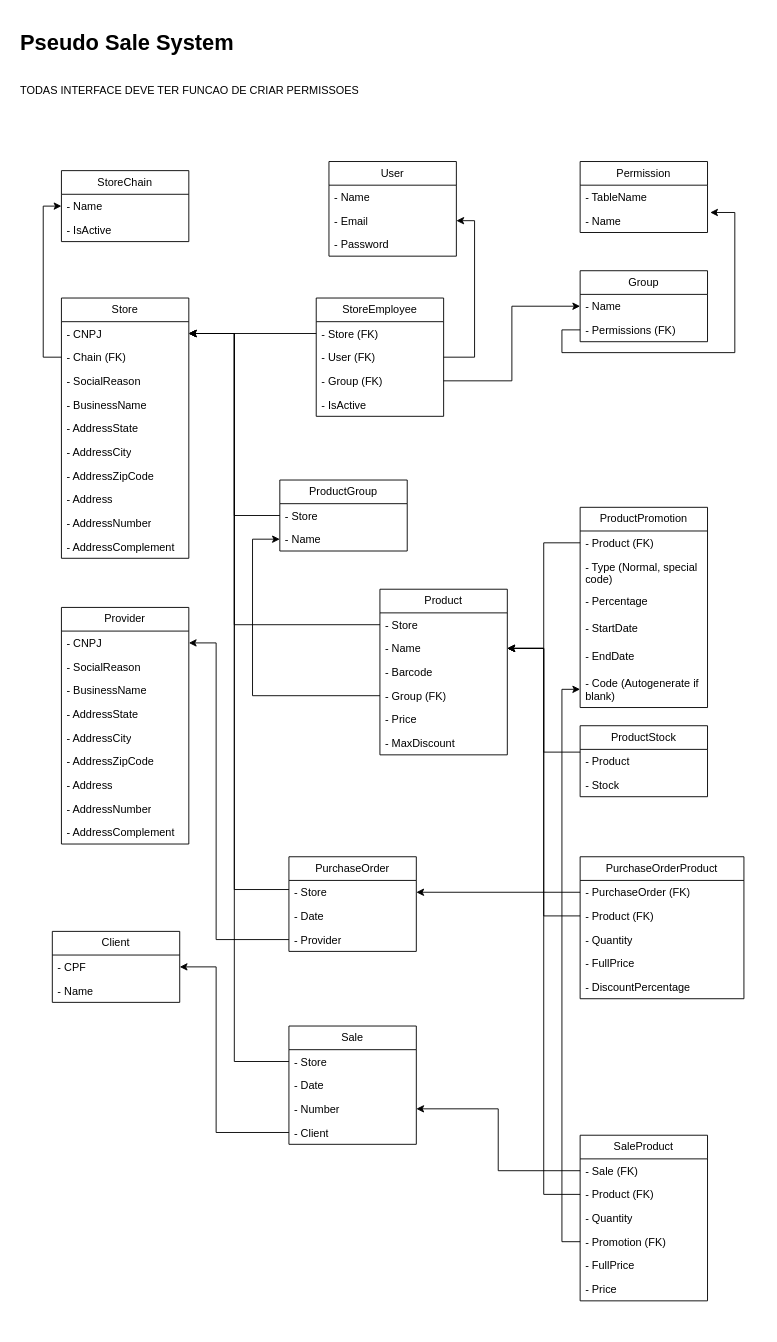
Earlier version of the draw.io diagram Diagrama de interfaces.drawio (caiofaria2308/simpleSS-back). Source tidied: cells renumbered, new cells numbered last; positions are measured from the earlier drawing's top-left corner, leaving out a move shared by most shapes. Both pictures are drawn from the tidied source at 91%, with x=0, y=0 at pixel (15, 25).
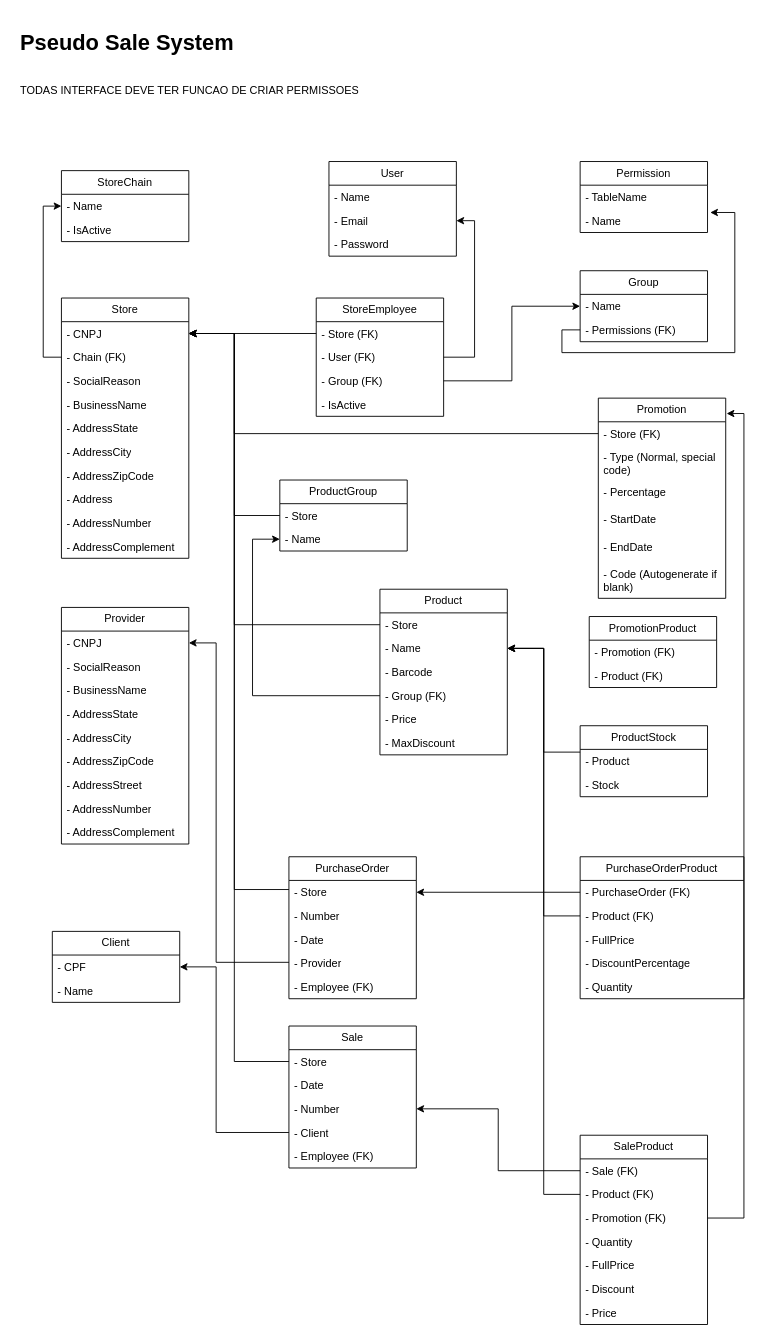
The same page after the edit.

The change refers to these unchanged cells:
```xml
<mxCell id="8" value="- CNPJ" style="text;strokeColor=none;fillColor=none;align=left;verticalAlign=top;spacingLeft=4;spacingRight=4;overflow=hidden;points=[[0,0.5],[1,0.5]];portConstraint=eastwest;whiteSpace=wrap;html=1;" parent="7" vertex="1">
  <mxGeometry y="26" width="140" height="26" as="geometry" />
</mxCell>
<mxCell id="27" value="- Name" style="text;strokeColor=none;fillColor=none;align=left;verticalAlign=top;spacingLeft=4;spacingRight=4;overflow=hidden;points=[[0,0.5],[1,0.5]];portConstraint=eastwest;whiteSpace=wrap;html=1;" parent="25" vertex="1">
  <mxGeometry y="52" width="140" height="26" as="geometry" />
</mxCell>
<mxCell id="58" value="Provider" style="swimlane;fontStyle=0;horizontal=1;startSize=26;fillColor=none;whiteSpace=wrap;html=1;" parent="1" vertex="1">
  <mxGeometry x="50" y="640" width="140" height="260" as="geometry" />
</mxCell>
<mxCell id="59" value="- CNPJ" style="text;strokeColor=none;fillColor=none;align=left;verticalAlign=top;spacingLeft=4;spacingRight=4;overflow=hidden;points=[[0,0.5],[1,0.5]];portConstraint=eastwest;whiteSpace=wrap;html=1;" parent="58" vertex="1">
  <mxGeometry y="26" width="140" height="26" as="geometry" />
</mxCell>
<mxCell id="68" value="PurchaseOrderProduct" style="swimlane;fontStyle=0;horizontal=1;startSize=26;fillColor=none;whiteSpace=wrap;html=1;" parent="1" vertex="1">
  <mxGeometry x="620" y="914" width="180" height="156" as="geometry" />
</mxCell>
<mxCell id="83" value="- Code (Autogenerate if blank)" style="text;strokeColor=none;fillColor=none;align=left;verticalAlign=top;spacingLeft=4;spacingRight=4;overflow=hidden;points=[[0,0.5],[1,0.5]];portConstraint=eastwest;whiteSpace=wrap;html=1;" parent="77" vertex="1">
  <mxGeometry y="180" width="140" height="40" as="geometry" />
</mxCell>
```

What changed in the source:
```diff
@@
     <mxCell id="54" value="PurchaseOrder" style="swimlane;fontStyle=0;horizontal=1;startSize=26;fillColor=none;whiteSpace=wrap;html=1;" parent="1" vertex="1">
-      <mxGeometry x="300" y="914" width="140" height="104" as="geometry" />
+      <mxGeometry x="300" y="914" width="140" height="156" as="geometry" />
     </mxCell>
@@
+    <mxCell id="106" value="- Number" style="text;strokeColor=none;fillColor=none;align=left;verticalAlign=top;spacingLeft=4;spacingRight=4;overflow=hidden;whiteSpace=wrap;html=1;" parent="54" vertex="1">
+      <mxGeometry y="52" width="140" height="26" as="geometry" />
+    </mxCell>
     <mxCell id="56" value="- Date" style="text;strokeColor=none;fillColor=none;align=left;verticalAlign=top;spacingLeft=4;spacingRight=4;overflow=hidden;whiteSpace=wrap;html=1;" parent="54" vertex="1">
-      <mxGeometry y="52" width="140" height="26" as="geometry" />
+      <mxGeometry y="78" width="140" height="26" as="geometry" />
     </mxCell>
     <mxCell id="57" value="- Provider" style="text;strokeColor=none;fillColor=none;align=left;verticalAlign=top;spacingLeft=4;spacingRight=4;overflow=hidden;points=[[0,0.5],[1,0.5]];portConstraint=eastwest;whiteSpace=wrap;html=1;" parent="54" vertex="1">
-      <mxGeometry y="78" width="140" height="26" as="geometry" />
+      <mxGeometry y="104" width="140" height="26" as="geometry" />
     </mxCell>
+    <mxCell id="107" value="- Employee (FK)" style="text;strokeColor=none;fillColor=none;align=left;verticalAlign=top;spacingLeft=4;spacingRight=4;overflow=hidden;whiteSpace=wrap;html=1;" parent="54" vertex="1">
+      <mxGeometry y="130" width="140" height="26" as="geometry" />
+    </mxCell>
@@
-    <mxCell id="65" value="- Address" style="text;strokeColor=none;fillColor=none;align=left;verticalAlign=top;spacingLeft=4;spacingRight=4;overflow=hidden;whiteSpace=wrap;html=1;" parent="58" vertex="1">
+    <mxCell id="65" value="- AddressStreet" style="text;strokeColor=none;fillColor=none;align=left;verticalAlign=top;spacingLeft=4;spacingRight=4;overflow=hidden;whiteSpace=wrap;html=1;" parent="58" vertex="1">
       <mxGeometry y="182" width="140" height="26" as="geometry" />
     </mxCell>
@@
-    <mxCell id="71" value="- Quantity" style="text;strokeColor=none;fillColor=none;align=left;verticalAlign=top;spacingLeft=4;spacingRight=4;overflow=hidden;whiteSpace=wrap;html=1;" parent="68" vertex="1">
-      <mxGeometry y="78" width="180" height="26" as="geometry" />
-    </mxCell>
     <mxCell id="72" value="- FullPrice" style="text;strokeColor=none;fillColor=none;align=left;verticalAlign=top;spacingLeft=4;spacingRight=4;overflow=hidden;whiteSpace=wrap;html=1;" parent="68" vertex="1">
-      <mxGeometry y="104" width="180" height="26" as="geometry" />
+      <mxGeometry y="78" width="180" height="26" as="geometry" />
     </mxCell>
     <mxCell id="73" value="- DiscountPercentage" style="text;strokeColor=none;fillColor=none;align=left;verticalAlign=top;spacingLeft=4;spacingRight=4;overflow=hidden;whiteSpace=wrap;html=1;" parent="68" vertex="1">
-      <mxGeometry y="130" width="180" height="26" as="geometry" />
+      <mxGeometry y="104" width="180" height="26" as="geometry" />
     </mxCell>
+    <mxCell id="71" value="- Quantity" style="text;strokeColor=none;fillColor=none;align=left;verticalAlign=top;spacingLeft=4;spacingRight=4;overflow=hidden;whiteSpace=wrap;html=1;" parent="68" vertex="1">
+      <mxGeometry y="130" width="180" height="26" as="geometry" />
+    </mxCell>
@@
-    <mxCell id="77" value="ProductPromotion" style="swimlane;fontStyle=0;horizontal=1;startSize=26;fillColor=none;whiteSpace=wrap;html=1;" parent="1" vertex="1">
-      <mxGeometry x="620" y="530" width="140" height="220" as="geometry" />
+    <mxCell id="77" value="Promotion" style="swimlane;fontStyle=0;horizontal=1;startSize=26;fillColor=none;whiteSpace=wrap;html=1;" parent="1" vertex="1">
+      <mxGeometry x="640" y="410" width="140" height="220" as="geometry" />
     </mxCell>
-    <mxCell id="78" value="- Product (FK)" style="text;strokeColor=none;fillColor=none;align=left;verticalAlign=top;spacingLeft=4;spacingRight=4;overflow=hidden;points=[[0,0.5],[1,0.5]];portConstraint=eastwest;whiteSpace=wrap;html=1;" parent="77" vertex="1">
+    <mxCell id="78" value="- Store (FK)" style="text;strokeColor=none;fillColor=none;align=left;verticalAlign=top;spacingLeft=4;spacingRight=4;overflow=hidden;points=[[0,0.5],[1,0.5]];portConstraint=eastwest;whiteSpace=wrap;html=1;" parent="77" vertex="1">
       <mxGeometry y="26" width="140" height="26" as="geometry" />
     </mxCell>
@@
     <mxCell id="84" style="edgeStyle=orthogonalEdgeStyle;rounded=0;jettySize=auto;html=1;" parent="1" edge="1" source="57" target="59">
       <mxGeometry relative="1" as="geometry">
         <Array as="points">
-          <mxPoint x="220" y="1005" />
+          <mxPoint x="220" y="1030" />
           <mxPoint x="220" y="679" />
         </Array>
       </mxGeometry>
     </mxCell>
-    <mxCell id="85" style="edgeStyle=orthogonalEdgeStyle;rounded=0;jettySize=auto;html=1;entryX=1;entryY=0.5;entryDx=0;entryDy=0;" parent="1" edge="1" source="78" target="27">
-      <mxGeometry relative="1" as="geometry" />
-    </mxCell>
     <mxCell id="86" value="Sale" style="swimlane;fontStyle=0;horizontal=1;startSize=26;fillColor=none;whiteSpace=wrap;html=1;" parent="1" vertex="1">
-      <mxGeometry x="300" y="1100" width="140" height="130" as="geometry" />
+      <mxGeometry x="300" y="1100" width="140" height="156" as="geometry" />
     </mxCell>
@@
+    <mxCell id="108" value="- Employee (FK)" style="text;strokeColor=none;fillColor=none;align=left;verticalAlign=top;spacingLeft=4;spacingRight=4;overflow=hidden;whiteSpace=wrap;html=1;" parent="86" vertex="1">
+      <mxGeometry y="130" width="140" height="26" as="geometry" />
+    </mxCell>
@@
     <mxCell id="96" value="SaleProduct" style="swimlane;fontStyle=0;horizontal=1;startSize=26;fillColor=none;whiteSpace=wrap;html=1;" parent="1" vertex="1">
-      <mxGeometry x="620" y="1220" width="140" height="182" as="geometry" />
+      <mxGeometry x="620" y="1220" width="140" height="208" as="geometry" />
     </mxCell>
@@
+    <mxCell id="100" value="- Promotion (FK)" style="text;strokeColor=none;fillColor=none;align=left;verticalAlign=top;spacingLeft=4;spacingRight=4;overflow=hidden;points=[[0,0.5],[1,0.5]];portConstraint=eastwest;whiteSpace=wrap;html=1;" parent="96" vertex="1">
+      <mxGeometry y="78" width="140" height="26" as="geometry" />
+    </mxCell>
     <mxCell id="99" value="- Quantity" style="text;strokeColor=none;fillColor=none;align=left;verticalAlign=top;spacingLeft=4;spacingRight=4;overflow=hidden;whiteSpace=wrap;html=1;" parent="96" vertex="1">
-      <mxGeometry y="78" width="140" height="26" as="geometry" />
+      <mxGeometry y="104" width="140" height="26" as="geometry" />
     </mxCell>
-    <mxCell id="100" value="- Promotion (FK)" style="text;strokeColor=none;fillColor=none;align=left;verticalAlign=top;spacingLeft=4;spacingRight=4;overflow=hidden;points=[[0,0.5],[1,0.5]];portConstraint=eastwest;whiteSpace=wrap;html=1;" parent="96" vertex="1">
-      <mxGeometry y="104" width="140" height="26" as="geometry" />
-    </mxCell>
@@
+    <mxCell id="109" value="- Discount" style="text;strokeColor=none;fillColor=none;align=left;verticalAlign=top;spacingLeft=4;spacingRight=4;overflow=hidden;whiteSpace=wrap;html=1;" parent="96" vertex="1">
+      <mxGeometry y="156" width="140" height="26" as="geometry" />
+    </mxCell>
     <mxCell id="102" value="- Price" style="text;strokeColor=none;fillColor=none;align=left;verticalAlign=top;spacingLeft=4;spacingRight=4;overflow=hidden;whiteSpace=wrap;html=1;" parent="96" vertex="1">
-      <mxGeometry y="156" width="140" height="26" as="geometry" />
+      <mxGeometry y="182" width="140" height="26" as="geometry" />
     </mxCell>
@@
-    <mxCell id="105" style="edgeStyle=orthogonalEdgeStyle;rounded=0;jettySize=auto;html=1;entryX=0;entryY=0.5;entryDx=0;entryDy=0;" parent="1" edge="1" source="100" target="83">
-      <mxGeometry relative="1" as="geometry" />
-    </mxCell>
+    <mxCell id="110" style="edgeStyle=orthogonalEdgeStyle;rounded=0;jettySize=auto;html=1;entryX=1.007;entryY=0.077;entryDx=0;entryDy=0;entryPerimeter=0;" parent="1" edge="1" source="100" target="77">
+      <mxGeometry relative="1" as="geometry" />
+    </mxCell>
+    <mxCell id="111" style="edgeStyle=orthogonalEdgeStyle;rounded=0;jettySize=auto;html=1;entryX=1;entryY=0.5;entryDx=0;entryDy=0;" parent="1" edge="1" source="78" target="8">
+      <mxGeometry relative="1" as="geometry">
+        <Array as="points">
+          <mxPoint x="240" y="449" />
+          <mxPoint x="240" y="339" />
+        </Array>
+      </mxGeometry>
+    </mxCell>
+    <mxCell id="112" value="PromotionProduct" style="swimlane;fontStyle=0;horizontal=1;startSize=26;fillColor=none;whiteSpace=wrap;html=1;" parent="1" vertex="1">
+      <mxGeometry x="630" y="650" width="140" height="78" as="geometry" />
+    </mxCell>
+    <mxCell id="113" value="- Promotion (FK)" style="text;strokeColor=none;fillColor=none;align=left;verticalAlign=top;spacingLeft=4;spacingRight=4;overflow=hidden;whiteSpace=wrap;html=1;" parent="112" vertex="1">
+      <mxGeometry y="26" width="140" height="26" as="geometry" />
+    </mxCell>
+    <mxCell id="114" value="- Product (FK)" style="text;strokeColor=none;fillColor=none;align=left;verticalAlign=top;spacingLeft=4;spacingRight=4;overflow=hidden;whiteSpace=wrap;html=1;" parent="112" vertex="1">
+      <mxGeometry y="52" width="140" height="26" as="geometry" />
+    </mxCell>
```
